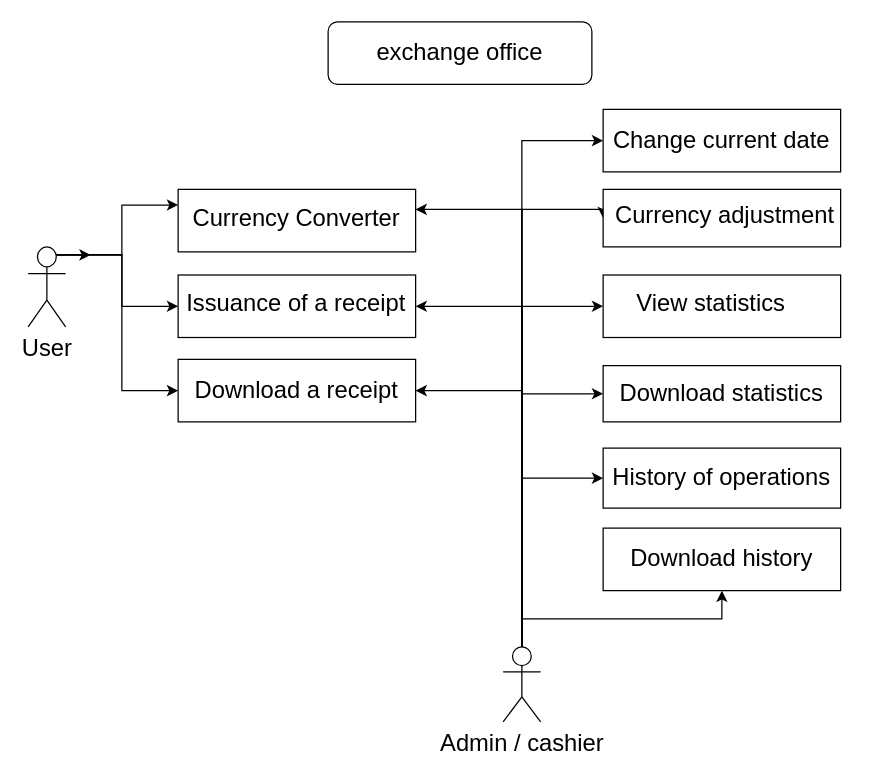
Above: UseCase.drawio in 99Anastasia99/Currency (draw.io), before the change. Source tidied: cells renumbered, new cells numbered last; positions are measured from the earlier drawing's top-left corner, leaving out a move shared by most shapes. Both pictures are drawn from the tidied source at 125%, with x=0, y=0 at pixel (28, 21).
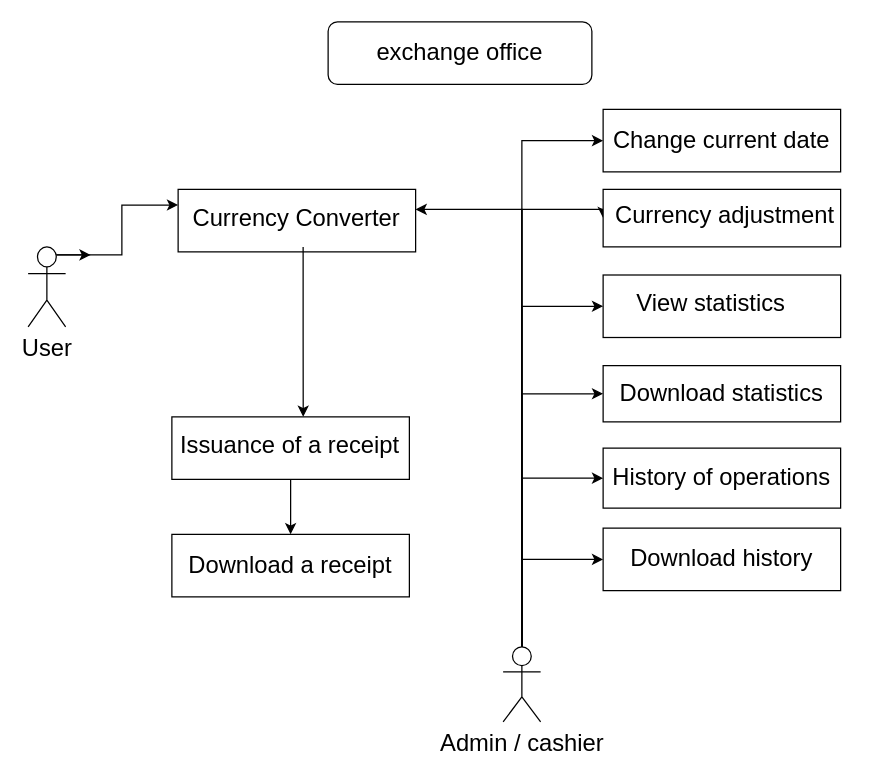
After the change.

Unchanged cells that the change refers to:
```xml
<mxCell id="7" value="User" style="shape=umlActor;verticalLabelPosition=bottom;labelBackgroundColor=#ffffff;verticalAlign=top;html=1;outlineConnect=0;fontSize=19;" parent="1" vertex="1">
  <mxGeometry y="180" width="30" height="64" as="geometry" />
</mxCell>
<mxCell id="17" value="Admin / cashier" style="shape=umlActor;verticalLabelPosition=bottom;labelBackgroundColor=#ffffff;verticalAlign=top;html=1;outlineConnect=0;fontSize=19;" parent="1" vertex="1">
  <mxGeometry x="380" y="500" width="30" height="60" as="geometry" />
</mxCell>
<mxCell id="19" value="Currency Converter" style="text;html=1;fontSize=19;" parent="1" vertex="1">
  <mxGeometry x="130" y="140" width="180" height="40" as="geometry" />
</mxCell>
<mxCell id="21" value="Download history" style="rounded=0;whiteSpace=wrap;html=1;fontSize=19;align=center;" parent="1" vertex="1">
  <mxGeometry x="460" y="405" width="190" height="50" as="geometry" />
</mxCell>
<mxCell id="26" style="rounded=0;whiteSpace=wrap;html=1;fontSize=19;align=center;" parent="1" vertex="1">
  <mxGeometry x="460" y="202.5" width="190" height="50" as="geometry" />
</mxCell>
<mxCell id="28" value="Download statistics" style="rounded=0;whiteSpace=wrap;html=1;fontSize=19;align=center;" parent="1" vertex="1">
  <mxGeometry x="460" y="275" width="190" height="45" as="geometry" />
</mxCell>
<mxCell id="29" value="&lt;font style=&quot;font-size: 19px&quot;&gt;Change current date&lt;/font&gt;" style="rounded=0;whiteSpace=wrap;html=1;" parent="1" vertex="1">
  <mxGeometry x="460" y="70" width="190" height="50" as="geometry" />
</mxCell>
```

The edit, as a diff of the source:
```diff
@@
-    <mxCell id="4" style="edgeStyle=orthogonalEdgeStyle;rounded=0;jettySize=auto;html=1;exitX=0.75;exitY=0.1;exitDx=0;exitDy=0;exitPerimeter=0;entryX=0;entryY=0.5;entryDx=0;entryDy=0;fontSize=19;" parent="1" edge="1" source="7" target="22">
-      <mxGeometry relative="1" as="geometry" />
-    </mxCell>
@@
-    <mxCell id="6" style="edgeStyle=orthogonalEdgeStyle;rounded=0;jettySize=auto;html=1;exitX=0.75;exitY=0.1;exitDx=0;exitDy=0;exitPerimeter=0;entryX=0;entryY=0.5;entryDx=0;entryDy=0;fontSize=19;" parent="1" edge="1" source="7" target="30">
-      <mxGeometry relative="1" as="geometry" />
-    </mxCell>
@@
+    <mxCell id="11" style="edgeStyle=orthogonalEdgeStyle;rounded=0;jettySize=auto;html=1;exitX=0.5;exitY=0;exitDx=0;exitDy=0;exitPerimeter=0;entryX=1;entryY=0.25;entryDx=0;entryDy=0;" parent="1" edge="1" source="17" target="19">
+      <mxGeometry relative="1" as="geometry" />
+    </mxCell>
+    <mxCell id="12" style="edgeStyle=orthogonalEdgeStyle;rounded=0;jettySize=auto;html=1;exitX=0.5;exitY=0;exitDx=0;exitDy=0;exitPerimeter=0;entryX=0;entryY=0.5;entryDx=0;entryDy=0;" parent="1" edge="1" source="17" target="29">
+      <mxGeometry relative="1" as="geometry" />
+    </mxCell>
-    <mxCell id="9" style="edgeStyle=orthogonalEdgeStyle;rounded=0;jettySize=auto;html=1;exitX=0.5;exitY=0;exitDx=0;exitDy=0;exitPerimeter=0;entryX=0;entryY=0.5;entryDx=0;entryDy=0;" parent="1" edge="1" source="17" target="26">
-      <mxGeometry relative="1" as="geometry">
-        <Array as="points">
-          <mxPoint x="395" y="228" />
-        </Array>
-      </mxGeometry>
+    <mxCell id="9" style="edgeStyle=orthogonalEdgeStyle;rounded=0;jettySize=auto;html=1;exitX=0.5;exitY=0;exitDx=0;exitDy=0;exitPerimeter=0;entryX=0;entryY=0.5;entryDx=0;entryDy=0;fontSize=19;" parent="1" edge="1" source="17" target="26">
+      <mxGeometry relative="1" as="geometry" />
     </mxCell>
-    <mxCell id="10" style="edgeStyle=orthogonalEdgeStyle;rounded=0;jettySize=auto;html=1;exitX=0.5;exitY=0;exitDx=0;exitDy=0;exitPerimeter=0;entryX=0;entryY=0.5;entryDx=0;entryDy=0;" parent="1" edge="1" source="17" target="28">
+    <mxCell id="10" style="edgeStyle=orthogonalEdgeStyle;rounded=0;jettySize=auto;html=1;exitX=0.5;exitY=0;exitDx=0;exitDy=0;exitPerimeter=0;entryX=0;entryY=0.5;entryDx=0;entryDy=0;fontSize=19;" parent="1" edge="1" source="17" target="28">
       <mxGeometry relative="1" as="geometry" />
     </mxCell>
-    <mxCell id="11" style="edgeStyle=orthogonalEdgeStyle;rounded=0;jettySize=auto;html=1;exitX=0.5;exitY=0;exitDx=0;exitDy=0;exitPerimeter=0;entryX=1;entryY=0.25;entryDx=0;entryDy=0;" parent="1" edge="1" source="17" target="19">
-      <mxGeometry relative="1" as="geometry" />
-    </mxCell>
-    <mxCell id="12" style="edgeStyle=orthogonalEdgeStyle;rounded=0;jettySize=auto;html=1;exitX=0.5;exitY=0;exitDx=0;exitDy=0;exitPerimeter=0;entryX=0;entryY=0.5;entryDx=0;entryDy=0;" parent="1" edge="1" source="17" target="29">
-      <mxGeometry relative="1" as="geometry" />
-    </mxCell>
@@
-    <mxCell id="14" style="edgeStyle=orthogonalEdgeStyle;rounded=0;jettySize=auto;html=1;exitX=0.5;exitY=0;exitDx=0;exitDy=0;exitPerimeter=0;fontSize=19;" parent="1" edge="1" source="17" target="21">
+    <mxCell id="14" style="edgeStyle=orthogonalEdgeStyle;rounded=0;jettySize=auto;html=1;exitX=0.5;exitY=0;exitDx=0;exitDy=0;exitPerimeter=0;entryX=0;entryY=0.5;entryDx=0;entryDy=0;fontSize=19;" parent="1" edge="1" source="17" target="21">
       <mxGeometry relative="1" as="geometry" />
     </mxCell>
-    <mxCell id="15" style="edgeStyle=orthogonalEdgeStyle;rounded=0;jettySize=auto;html=1;exitX=0.5;exitY=0;exitDx=0;exitDy=0;exitPerimeter=0;entryX=1;entryY=0.5;entryDx=0;entryDy=0;fontSize=19;" parent="1" edge="1" source="17" target="30">
-      <mxGeometry relative="1" as="geometry">
-        <Array as="points">
-          <mxPoint x="395" y="295" />
-        </Array>
-      </mxGeometry>
-    </mxCell>
-    <mxCell id="16" style="edgeStyle=orthogonalEdgeStyle;rounded=0;jettySize=auto;html=1;exitX=0.5;exitY=0;exitDx=0;exitDy=0;exitPerimeter=0;entryX=1;entryY=0.5;entryDx=0;entryDy=0;fontSize=19;" parent="1" edge="1" source="17" target="22">
-      <mxGeometry relative="1" as="geometry" />
-    </mxCell>
@@
+    <mxCell id="31" style="edgeStyle=orthogonalEdgeStyle;rounded=0;jettySize=auto;html=1;exitX=0.5;exitY=1;exitDx=0;exitDy=0;entryX=0.556;entryY=-0.125;entryDx=0;entryDy=0;entryPerimeter=0;fontSize=19;" parent="1" edge="1" source="19" target="23">
+      <mxGeometry relative="1" as="geometry" />
+    </mxCell>
@@
+    <mxCell id="32" style="edgeStyle=orthogonalEdgeStyle;rounded=0;jettySize=auto;html=1;exitX=0.5;exitY=1;exitDx=0;exitDy=0;fontSize=19;" parent="1" edge="1" source="22" target="30">
+      <mxGeometry relative="1" as="geometry" />
+    </mxCell>
     <mxCell id="22" style="rounded=0;whiteSpace=wrap;html=1;fontSize=19;" parent="1" vertex="1">
-      <mxGeometry x="120" y="202.5" width="190" height="50" as="geometry" />
+      <mxGeometry x="115" y="316" width="190" height="50" as="geometry" />
     </mxCell>
     <mxCell id="23" value="Issuance of a receipt" style="text;html=1;fontSize=19;" parent="1" vertex="1">
-      <mxGeometry x="125" y="207.5" width="180" height="40" as="geometry" />
+      <mxGeometry x="120" y="321" width="180" height="40" as="geometry" />
     </mxCell>
@@
     <mxCell id="30" value="Download a receipt" style="rounded=0;whiteSpace=wrap;html=1;fontSize=19;" parent="1" vertex="1">
-      <mxGeometry x="120" y="270" width="190" height="50" as="geometry" />
+      <mxGeometry x="115" y="410" width="190" height="50" as="geometry" />
     </mxCell>
```
